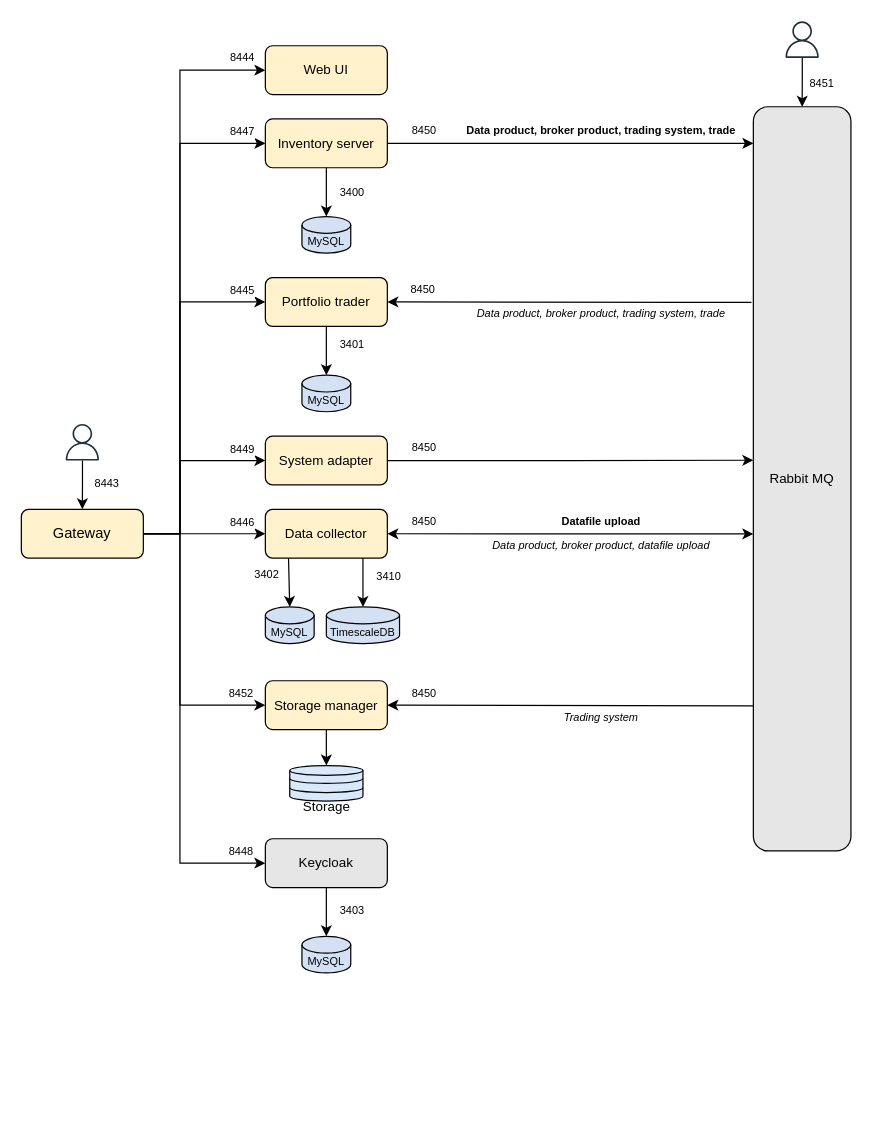
Before: architecture/diagram/components.drawio in bit-fever/docs, a draw.io diagram. Source tidied: cells renumbered, new cells numbered last; positions are measured from the earlier drawing's top-left corner, leaving out a move shared by most shapes. Both pictures are drawn from the tidied source at 122%, with x=0, y=0 at pixel (21, 21).
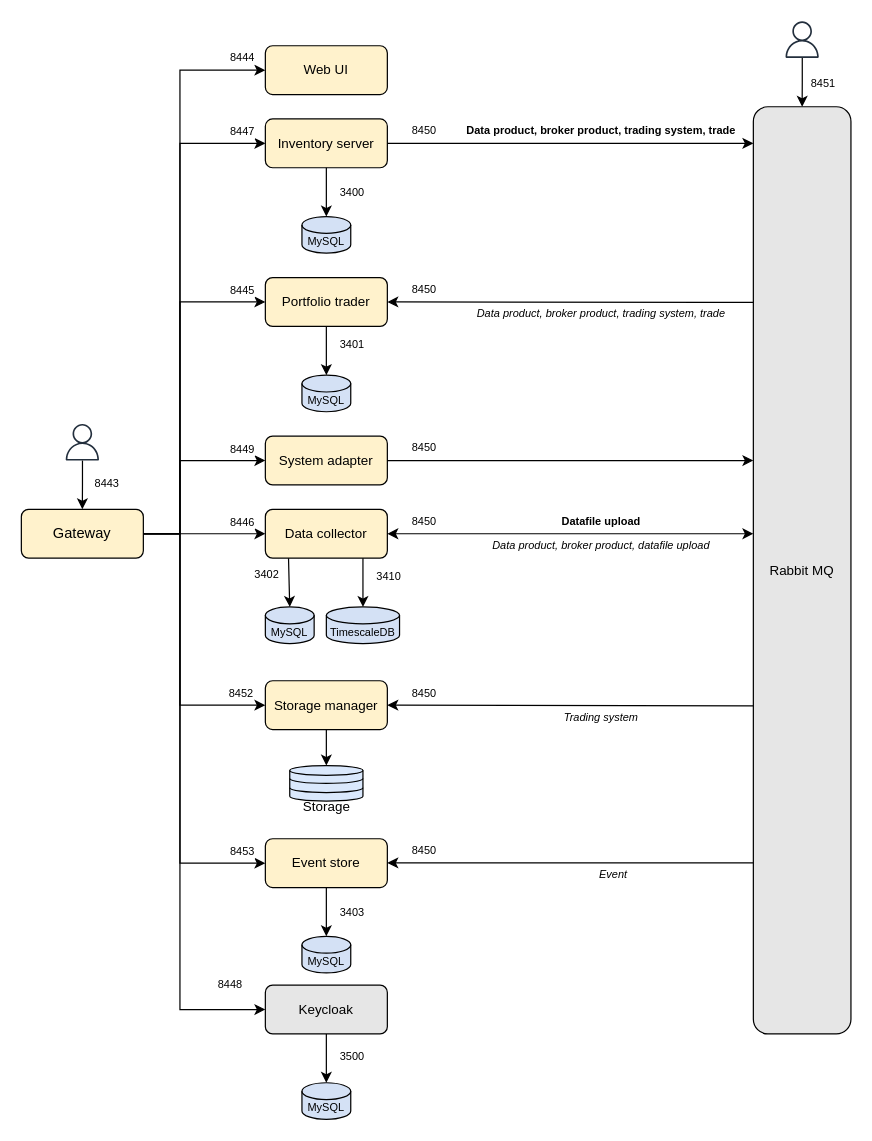
The same page after the edit.

The change refers to these unchanged cells:
```xml
<mxCell id="13" value="Gateway" style="rounded=1;whiteSpace=wrap;html=1;fillColor=#FFF2CC;" parent="1" vertex="1">
  <mxGeometry y="400" width="100" height="40" as="geometry" />
</mxCell>
<mxCell id="16" value="Data collector" style="rounded=1;whiteSpace=wrap;html=1;fontSize=11;fillColor=#FFF2CC;" parent="1" vertex="1">
  <mxGeometry x="200" y="400" width="100" height="40" as="geometry" />
</mxCell>
<mxCell id="17" value="Portfolio trader" style="rounded=1;whiteSpace=wrap;html=1;fontSize=11;fillColor=#FFF2CC;" parent="1" vertex="1">
  <mxGeometry x="200" y="210" width="100" height="40" as="geometry" />
</mxCell>
<mxCell id="18" value="System adapter" style="rounded=1;whiteSpace=wrap;html=1;fontSize=11;fillColor=#FFF2CC;" parent="1" vertex="1">
  <mxGeometry x="200" y="340" width="100" height="40" as="geometry" />
</mxCell>
<mxCell id="26" style="edgeStyle=orthogonalEdgeStyle;rounded=0;jettySize=auto;html=1;entryX=0.5;entryY=0;entryDx=0;entryDy=0;entryPerimeter=0;" parent="1" edge="1" source="19" target="25">
  <mxGeometry relative="1" as="geometry" />
</mxCell>
```

Diff of the diagram source:
```diff
@@
     <mxCell id="11" style="edgeStyle=orthogonalEdgeStyle;rounded=0;jettySize=auto;html=1;entryX=0;entryY=0.5;entryDx=0;entryDy=0;exitX=1;exitY=0.5;exitDx=0;exitDy=0;" parent="1" edge="1" source="13" target="19">
       <mxGeometry relative="1" as="geometry">
         <Array as="points">
           <mxPoint x="130" y="420" />
-          <mxPoint x="130" y="690" />
+          <mxPoint x="130" y="810" />
         </Array>
       </mxGeometry>
     </mxCell>
@@
+    <mxCell id="60" style="edgeStyle=orthogonalEdgeStyle;rounded=0;jettySize=auto;html=1;entryX=0;entryY=0.5;entryDx=0;entryDy=0;" parent="1" edge="1" source="13" target="64">
+      <mxGeometry relative="1" as="geometry">
+        <Array as="points">
+          <mxPoint x="130" y="420" />
+          <mxPoint x="130" y="690" />
+        </Array>
+      </mxGeometry>
+    </mxCell>
+    <mxCell id="61" value="8453" style="edgeLabel;html=1;align=center;verticalAlign=middle;fontSize=9;" parent="60" vertex="1">
+      <mxGeometry x="0.73" y="2" relative="1" as="geometry">
+        <mxPoint x="30" y="-8" as="offset" />
+      </mxGeometry>
+    </mxCell>
@@
     <mxCell id="19" value="Keycloak" style="rounded=1;whiteSpace=wrap;html=1;fontSize=11;fillColor=#E6E6E6;" parent="1" vertex="1">
-      <mxGeometry x="200" y="670" width="100" height="40" as="geometry" />
+      <mxGeometry x="200" y="790" width="100" height="40" as="geometry" />
     </mxCell>
@@
     <mxCell id="25" value="MySQL" style="shape=cylinder3;whiteSpace=wrap;html=1;boundedLbl=1;backgroundOutline=1;size=6.899993896484375;fontSize=9;fillColor=#D4E1F5;" parent="1" vertex="1">
-      <mxGeometry x="230" y="750" width="40" height="30" as="geometry" />
+      <mxGeometry x="230" y="870" width="40" height="30" as="geometry" />
     </mxCell>
@@
-    <mxCell id="27" value="3403" style="edgeLabel;html=1;align=center;verticalAlign=middle;fontSize=9;" parent="26" vertex="1">
+    <mxCell id="27" value="3500" style="edgeLabel;html=1;align=center;verticalAlign=middle;fontSize=9;" parent="26" vertex="1">
       <mxGeometry x="-0.12" y="2" relative="1" as="geometry">
         <mxPoint x="18" as="offset" />
       </mxGeometry>
     </mxCell>
@@
     <mxCell id="40" value="Rabbit MQ" style="rounded=1;whiteSpace=wrap;html=1;fontSize=11;fillColor=#E6E6E6;" parent="1" vertex="1">
-      <mxGeometry x="600" y="70" width="80" height="610" as="geometry" />
+      <mxGeometry x="600" y="70" width="80" height="760" as="geometry" />
     </mxCell>
@@
-    <mxCell id="42" value="8450" style="edgeStyle=orthogonalEdgeStyle;rounded=0;jettySize=auto;html=1;entryX=1;entryY=0.5;entryDx=0;entryDy=0;fontSize=9;exitX=-0.019;exitY=0.263;exitDx=0;exitDy=0;exitPerimeter=0;" parent="1" edge="1" source="40" target="17">
+    <mxCell id="42" value="8450" style="edgeStyle=orthogonalEdgeStyle;rounded=0;jettySize=auto;html=1;entryX=1;entryY=0.5;entryDx=0;entryDy=0;fontSize=9;exitX=0;exitY=0.211;exitDx=0;exitDy=0;exitPerimeter=0;" parent="1" edge="1" source="40" target="17">
       <mxGeometry x="0.8" y="-10" relative="1" as="geometry">
         <Array as="points">
-          <mxPoint x="550" y="230" />
+          <mxPoint x="569" y="230" />
         </Array>
       </mxGeometry>
     </mxCell>
@@
-    <mxCell id="51" value="8450" style="edgeStyle=orthogonalEdgeStyle;rounded=0;jettySize=auto;html=1;fontSize=9;exitX=1;exitY=0.5;exitDx=0;exitDy=0;entryX=0;entryY=0.475;entryDx=0;entryDy=0;entryPerimeter=0;" parent="1" edge="1" source="18" target="40">
-      <mxGeometry x="-0.8" y="10" relative="1" as="geometry" />
+    <mxCell id="51" value="8450" style="edgeStyle=orthogonalEdgeStyle;rounded=0;jettySize=auto;html=1;fontSize=9;exitX=1;exitY=0.5;exitDx=0;exitDy=0;" parent="1" edge="1" source="18" target="40">
+      <mxGeometry x="-0.8" y="10" relative="1" as="geometry">
+        <Array as="points">
+          <mxPoint x="520" y="360" />
+          <mxPoint x="520" y="360" />
+        </Array>
+      </mxGeometry>
     </mxCell>
-    <mxCell id="52" value="8450" style="edgeStyle=orthogonalEdgeStyle;rounded=0;jettySize=auto;html=1;entryX=1;entryY=0.5;entryDx=0;entryDy=0;fontSize=9;startArrow=classic;startFill=1;exitX=0;exitY=0.574;exitDx=0;exitDy=0;exitPerimeter=0;" parent="1" edge="1" source="40" target="16">
-      <mxGeometry x="0.8" y="-10" relative="1" as="geometry" />
+    <mxCell id="52" value="8450" style="edgeStyle=orthogonalEdgeStyle;rounded=0;jettySize=auto;html=1;entryX=1;entryY=0.5;entryDx=0;entryDy=0;fontSize=9;startArrow=classic;startFill=1;" parent="1" edge="1" target="16">
+      <mxGeometry x="0.8" y="-10" relative="1" as="geometry">
+        <mxPoint x="600" y="420" as="sourcePoint" />
+        <Array as="points">
+          <mxPoint x="600" y="420" />
+        </Array>
+      </mxGeometry>
     </mxCell>
@@
+    <mxCell id="62" style="edgeStyle=orthogonalEdgeStyle;rounded=0;jettySize=auto;html=1;" parent="1" edge="1" source="64" target="65">
+      <mxGeometry relative="1" as="geometry" />
+    </mxCell>
+    <mxCell id="63" value="3403" style="edgeLabel;html=1;align=center;verticalAlign=middle;fontSize=9;" parent="62" vertex="1">
+      <mxGeometry x="-0.35" relative="1" as="geometry">
+        <mxPoint x="20" y="7" as="offset" />
+      </mxGeometry>
+    </mxCell>
+    <mxCell id="64" value="Event store" style="rounded=1;whiteSpace=wrap;html=1;fontSize=11;fillColor=#FFF2CC;" parent="1" vertex="1">
+      <mxGeometry x="200" y="670" width="100" height="40" as="geometry" />
+    </mxCell>
+    <mxCell id="65" value="MySQL" style="shape=cylinder3;whiteSpace=wrap;html=1;boundedLbl=1;backgroundOutline=1;size=6.899993896484375;fontSize=9;fillColor=#D4E1F5;" parent="1" vertex="1">
+      <mxGeometry x="230" y="750" width="40" height="30" as="geometry" />
+    </mxCell>
+    <mxCell id="66" value="8450" style="edgeStyle=orthogonalEdgeStyle;rounded=0;orthogonalLoop=1;jettySize=auto;html=1;entryX=1;entryY=0.5;entryDx=0;entryDy=0;fontSize=9;" parent="1" edge="1">
+      <mxGeometry x="0.8" y="-10" relative="1" as="geometry">
+        <mxPoint x="600" y="689.8" as="sourcePoint" />
+        <mxPoint x="300" y="689.8" as="targetPoint" />
+        <Array as="points">
+          <mxPoint x="600" y="689.8" />
+          <mxPoint x="450" y="689.8" />
+        </Array>
+      </mxGeometry>
+    </mxCell>
+    <mxCell id="67" value="Event" style="text;strokeColor=none;fillColor=none;html=1;fontSize=9;fontStyle=2;verticalAlign=middle;align=center;" parent="1" vertex="1">
+      <mxGeometry x="370" y="690" width="230" height="20" as="geometry" />
+    </mxCell>
```
